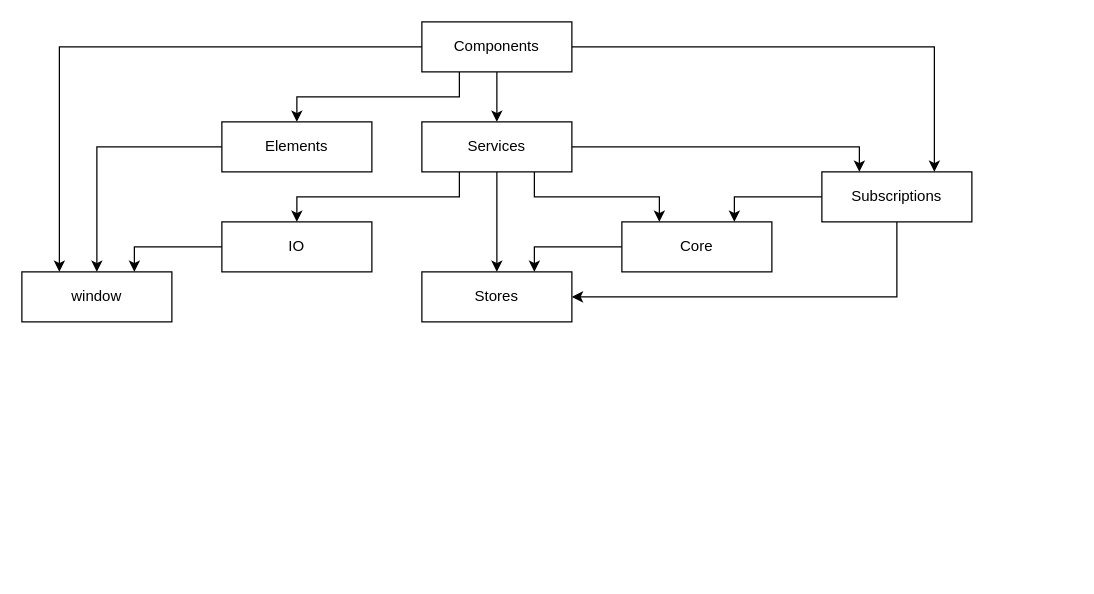
Above: docs/architecture.drawio in mattriley/agile-avatars (draw.io), before the change. Source tidied: cells renumbered, new cells numbered last; positions are measured from the earlier drawing's top-left corner, leaving out a move shared by most shapes. Both pictures are drawn from the tidied source at 125%, with x=0, y=0 at pixel (21, 21).
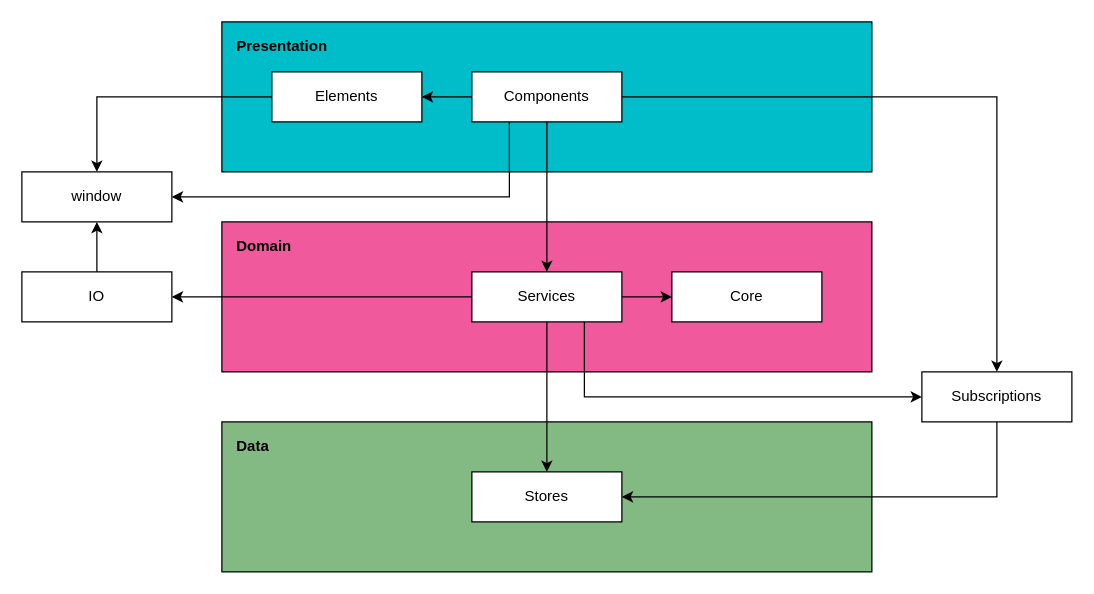
The same diagram, later.

Commit message (it also covers changes not shown here):
update architecture diagram

The edit, as a diff of the source:
```diff
@@
+    <mxCell id="23" style="rounded=0;whiteSpace=wrap;html=1;fillColor=#83b982;" parent="1" vertex="1">
+      <mxGeometry x="160" y="320" width="520" height="120" as="geometry" />
+    </mxCell>
+    <mxCell id="24" style="rounded=0;whiteSpace=wrap;html=1;fillColor=#f1599d;" parent="1" vertex="1">
+      <mxGeometry x="160" y="160" width="520" height="120" as="geometry" />
+    </mxCell>
+    <mxCell id="25" style="rounded=0;whiteSpace=wrap;html=1;fillColor=#00BDCA;" parent="1" vertex="1">
+      <mxGeometry x="160" width="520" height="120" as="geometry" />
+    </mxCell>
     <mxCell id="2" value="Services" style="rounded=0;whiteSpace=wrap;html=1;" parent="1" vertex="1">
-      <mxGeometry x="320" y="80" width="120" height="40" as="geometry" />
+      <mxGeometry x="360" y="200" width="120" height="40" as="geometry" />
     </mxCell>
@@
     <mxCell id="4" value="Components" style="rounded=0;whiteSpace=wrap;html=1;" parent="1" vertex="1">
-      <mxGeometry x="320" width="120" height="40" as="geometry" />
+      <mxGeometry x="360" y="40" width="120" height="40" as="geometry" />
     </mxCell>
     <mxCell id="5" value="Elements" style="rounded=0;whiteSpace=wrap;html=1;" parent="1" vertex="1">
-      <mxGeometry x="160" y="80" width="120" height="40" as="geometry" />
+      <mxGeometry x="200" y="40" width="120" height="40" as="geometry" />
     </mxCell>
-    <mxCell id="6" style="edgeStyle=orthogonalEdgeStyle;rounded=0;jettySize=auto;html=1;exitX=0.25;exitY=1;exitDx=0;exitDy=0;entryX=0.5;entryY=0;entryDx=0;entryDy=0;" parent="1" edge="1" source="4" target="5">
+    <mxCell id="6" style="edgeStyle=orthogonalEdgeStyle;rounded=0;jettySize=auto;html=1;" parent="1" edge="1" source="4" target="5">
       <mxGeometry relative="1" as="geometry" />
     </mxCell>
     <mxCell id="7" value="Stores" style="rounded=0;whiteSpace=wrap;html=1;" parent="1" vertex="1">
-      <mxGeometry x="320" y="200" width="120" height="40" as="geometry" />
+      <mxGeometry x="360" y="360" width="120" height="40" as="geometry" />
     </mxCell>
@@
-    <mxCell id="9" style="edgeStyle=orthogonalEdgeStyle;rounded=0;jettySize=auto;html=1;entryX=0.75;entryY=0;entryDx=0;entryDy=0;" parent="1" edge="1" source="21" target="7">
-      <mxGeometry relative="1" as="geometry" />
-    </mxCell>
@@
     <mxCell id="11" value="Subscriptions" style="rounded=0;whiteSpace=wrap;html=1;" parent="1" vertex="1">
-      <mxGeometry x="640" y="120" width="120" height="40" as="geometry" />
+      <mxGeometry x="720" y="280" width="120" height="40" as="geometry" />
     </mxCell>
-    <mxCell id="12" style="edgeStyle=orthogonalEdgeStyle;rounded=0;jettySize=auto;html=1;exitX=1;exitY=0.5;exitDx=0;exitDy=0;entryX=0.25;entryY=0;entryDx=0;entryDy=0;" parent="1" edge="1" source="2" target="11">
+    <mxCell id="12" style="edgeStyle=orthogonalEdgeStyle;rounded=0;jettySize=auto;html=1;exitX=0.75;exitY=1;exitDx=0;exitDy=0;entryX=0;entryY=0.5;entryDx=0;entryDy=0;" parent="1" edge="1" source="2" target="11">
       <mxGeometry relative="1" as="geometry" />
     </mxCell>
-    <mxCell id="13" style="edgeStyle=orthogonalEdgeStyle;rounded=0;jettySize=auto;html=1;exitX=1;exitY=0.5;exitDx=0;exitDy=0;entryX=0.75;entryY=0;entryDx=0;entryDy=0;" parent="1" edge="1" source="4" target="11">
+    <mxCell id="13" style="edgeStyle=orthogonalEdgeStyle;rounded=0;jettySize=auto;html=1;exitX=1;exitY=0.5;exitDx=0;exitDy=0;entryX=0.5;entryY=0;entryDx=0;entryDy=0;" parent="1" edge="1" source="4" target="11">
       <mxGeometry relative="1" as="geometry" />
     </mxCell>
-    <mxCell id="14" style="edgeStyle=orthogonalEdgeStyle;rounded=0;jettySize=auto;html=1;exitX=0.75;exitY=1;exitDx=0;exitDy=0;entryX=0.25;entryY=0;entryDx=0;entryDy=0;" parent="1" edge="1" source="2" target="21">
-      <mxGeometry relative="1" as="geometry" />
-    </mxCell>
+    <mxCell id="20" style="edgeStyle=orthogonalEdgeStyle;rounded=0;jettySize=auto;html=1;" parent="1" edge="1" source="15" target="17">
+      <mxGeometry relative="1" as="geometry" />
+    </mxCell>
     <mxCell id="15" value="IO" style="rounded=0;whiteSpace=wrap;html=1;" parent="1" vertex="1">
-      <mxGeometry x="160" y="160" width="120" height="40" as="geometry" />
+      <mxGeometry y="200" width="120" height="40" as="geometry" />
     </mxCell>
-    <mxCell id="16" style="edgeStyle=orthogonalEdgeStyle;rounded=0;jettySize=auto;html=1;exitX=0.25;exitY=1;exitDx=0;exitDy=0;entryX=0.5;entryY=0;entryDx=0;entryDy=0;" parent="1" edge="1" source="2" target="15">
+    <mxCell id="16" style="edgeStyle=orthogonalEdgeStyle;rounded=0;jettySize=auto;html=1;exitX=0;exitY=0.5;exitDx=0;exitDy=0;entryX=1;entryY=0.5;entryDx=0;entryDy=0;" parent="1" edge="1" source="2" target="15">
       <mxGeometry relative="1" as="geometry" />
     </mxCell>
     <mxCell id="17" value="window" style="rounded=0;whiteSpace=wrap;html=1;" parent="1" vertex="1">
-      <mxGeometry y="200" width="120" height="40" as="geometry" />
+      <mxGeometry y="120" width="120" height="40" as="geometry" />
     </mxCell>
-    <mxCell id="18" style="edgeStyle=orthogonalEdgeStyle;rounded=0;jettySize=auto;html=1;exitX=0;exitY=0.5;exitDx=0;exitDy=0;entryX=0.25;entryY=0;entryDx=0;entryDy=0;" parent="1" edge="1" source="4" target="17">
-      <mxGeometry relative="1" as="geometry">
-        <Array as="points">
-          <mxPoint x="30" y="20" />
-        </Array>
-      </mxGeometry>
+    <mxCell id="18" style="edgeStyle=orthogonalEdgeStyle;rounded=0;jettySize=auto;html=1;exitX=0.25;exitY=1;exitDx=0;exitDy=0;entryX=1;entryY=0.5;entryDx=0;entryDy=0;" parent="1" edge="1" source="4" target="17">
+      <mxGeometry relative="1" as="geometry" />
     </mxCell>
@@
-    <mxCell id="20" style="edgeStyle=orthogonalEdgeStyle;rounded=0;jettySize=auto;html=1;exitX=0;exitY=0.5;exitDx=0;exitDy=0;entryX=0.75;entryY=0;entryDx=0;entryDy=0;" parent="1" edge="1" source="15" target="17">
-      <mxGeometry relative="1" as="geometry" />
-    </mxCell>
     <mxCell id="21" value="Core" style="rounded=0;whiteSpace=wrap;html=1;" parent="1" vertex="1">
-      <mxGeometry x="480" y="160" width="120" height="40" as="geometry" />
+      <mxGeometry x="520" y="200" width="120" height="40" as="geometry" />
     </mxCell>
-    <mxCell id="22" style="edgeStyle=orthogonalEdgeStyle;rounded=0;jettySize=auto;html=1;entryX=0.75;entryY=0;entryDx=0;entryDy=0;" parent="1" edge="1" source="11" target="21">
-      <mxGeometry relative="1" as="geometry" />
-    </mxCell>
+    <mxCell id="26" value="Presentation" style="text;html=1;strokeColor=none;fillColor=none;align=left;verticalAlign=middle;whiteSpace=wrap;rounded=0;fontStyle=1;" parent="1" vertex="1">
+      <mxGeometry x="170" y="10" width="90" height="20" as="geometry" />
+    </mxCell>
+    <mxCell id="27" value="Domain" style="text;html=1;strokeColor=none;fillColor=none;align=left;verticalAlign=middle;whiteSpace=wrap;rounded=0;fontStyle=1;" parent="1" vertex="1">
+      <mxGeometry x="170" y="170" width="90" height="20" as="geometry" />
+    </mxCell>
+    <mxCell id="28" value="Data" style="text;html=1;strokeColor=none;fillColor=none;align=left;verticalAlign=middle;whiteSpace=wrap;rounded=0;fontStyle=1;" parent="1" vertex="1">
+      <mxGeometry x="170" y="330" width="90" height="20" as="geometry" />
+    </mxCell>
+    <mxCell id="14" style="edgeStyle=orthogonalEdgeStyle;rounded=0;jettySize=auto;html=1;" parent="1" edge="1" source="2" target="21">
+      <mxGeometry relative="1" as="geometry" />
+    </mxCell>
```
